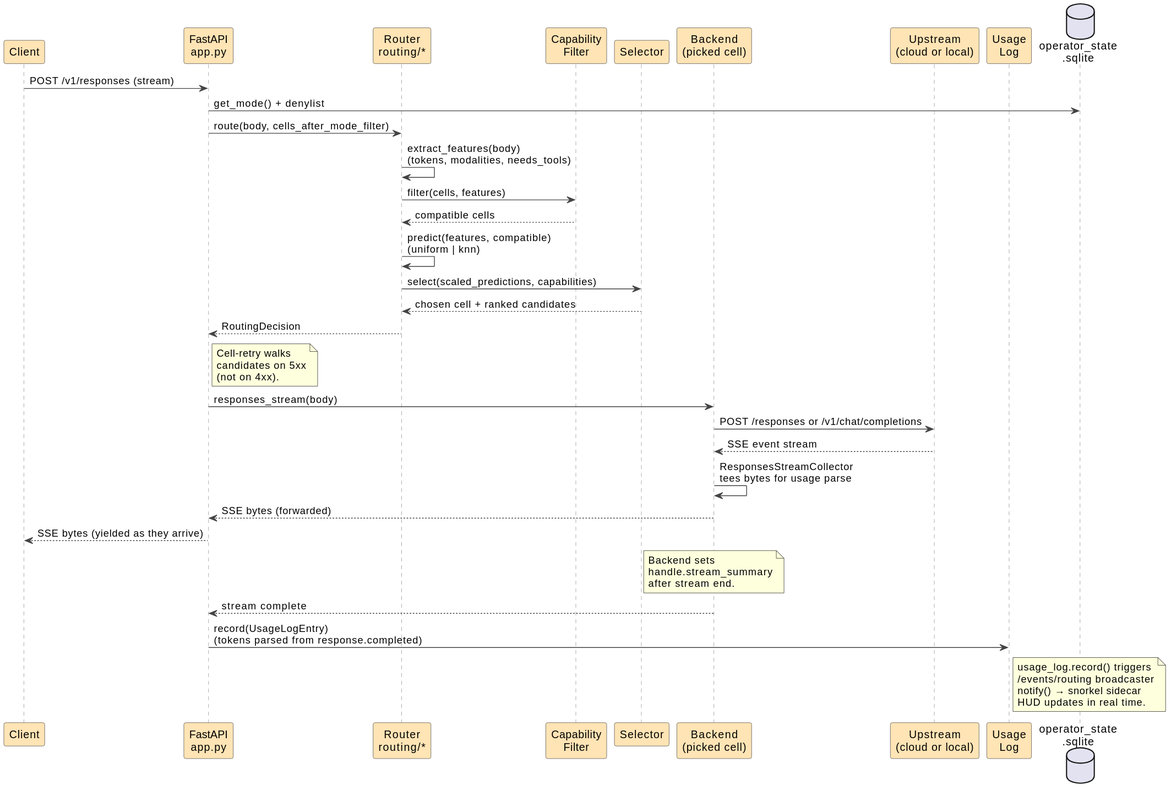
Above: docs/architecture/request_lifecycle.svg in rohankhanna/callosum (PlantUML), before the change. The source it was exported from:
```plantuml
@startuml

skinparam backgroundColor #FFFFFF
skinparam defaultFontName "Helvetica"
skinparam shadowing false
skinparam sequence {
  ArrowColor #444444
  LifeLineBorderColor #888888
  ParticipantBorderColor #444444
  ParticipantBackgroundColor #FFE4B5
  ParticipantFontColor #000000
}

participant "Client" as C
participant "FastAPI\napp.py" as App
participant "Router\nrouting/*" as R
participant "Capability\nFilter" as CF
participant "Selector" as S
participant "Backend\n(picked cell)" as B
participant "Upstream\n(cloud or local)" as U
participant "Usage\nLog" as UL
database "operator_state\n.sqlite" as OS

C -> App : POST /v1/responses (stream)
App -> OS : get_mode() + denylist
App -> R : route(body, cells_after_mode_filter)
R -> R : extract_features(body)\n(tokens, modalities, needs_tools)
R -> CF : filter(cells, features)
CF --> R : compatible cells
R -> R : predict(features, compatible)\n(uniform | knn)
R -> S : select(scaled_predictions, capabilities)
S --> R : chosen cell + ranked candidates
R --> App : RoutingDecision

note right of App
  Cell-retry walks
  candidates on 5xx
  (not on 4xx).
end note

App -> B : responses_stream(body)
B -> U : POST /responses or /v1/chat/completions
U --> B : SSE event stream
B -> B : ResponsesStreamCollector\ntees bytes for usage parse
B --> App : SSE bytes (forwarded)
App --> C : SSE bytes (yielded as they arrive)

note over B
  Backend sets
  handle.stream_summary
  after stream end.
end note

B --> App : stream complete
App -> UL : record(UsageLogEntry)\n(tokens parsed from response.completed)

note right of UL
  usage_log.record() triggers
  /events/routing broadcaster
  notify() → snorkel sidecar
  HUD updates in real time.
end note
@enduml
```
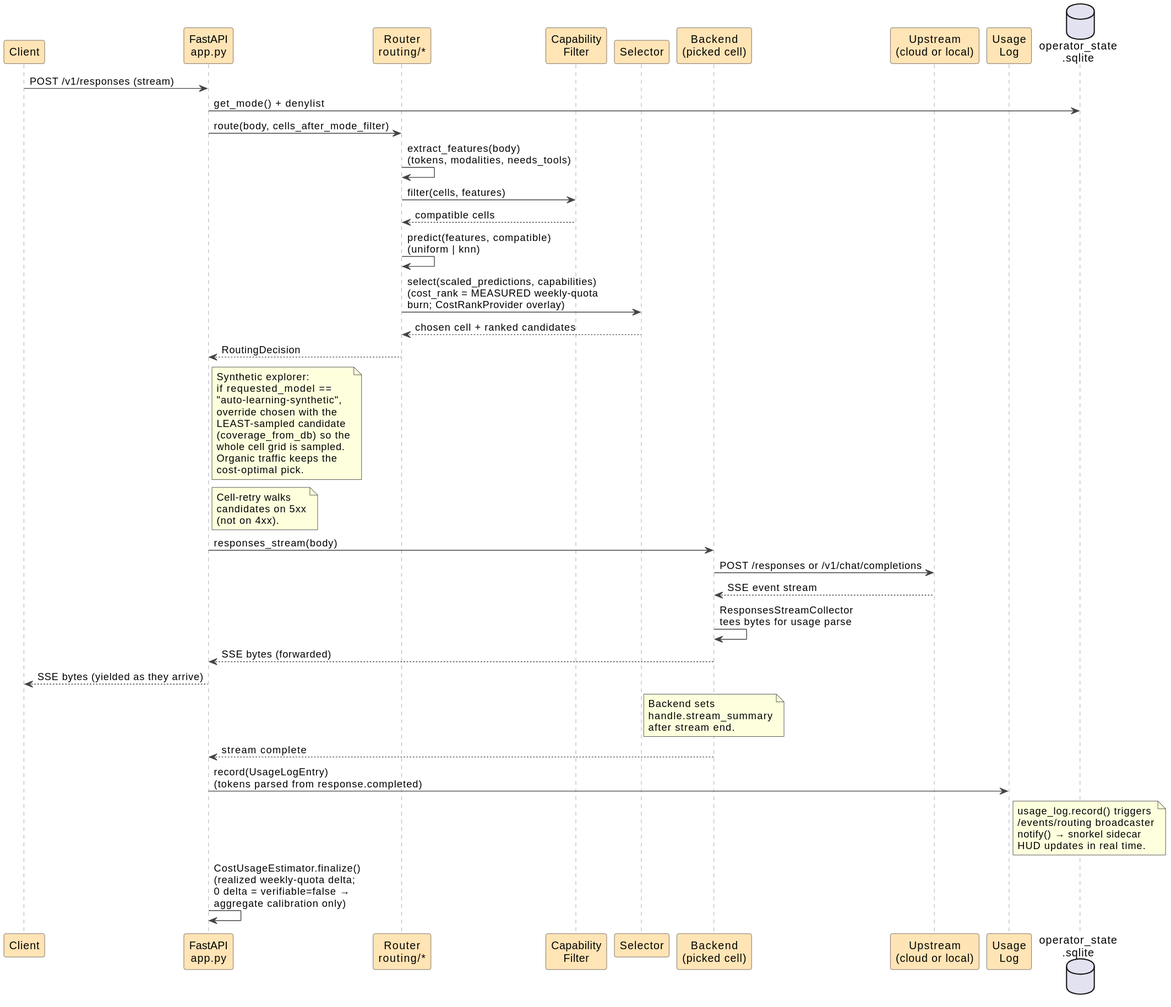
Above is the later version.

The edit, as a diff of the source:
```diff
@@ -28,9 +28,21 @@
 R -> CF : filter(cells, features)
 CF --> R : compatible cells
 R -> R : predict(features, compatible)\n(uniform | knn)
-R -> S : select(scaled_predictions, capabilities)
+R -> S : select(scaled_predictions, capabilities)\n(cost_rank = MEASURED weekly-quota\nburn; CostRankProvider overlay)
 S --> R : chosen cell + ranked candidates
 R --> App : RoutingDecision
+
+note right of App
+  Synthetic explorer:
+  if requested_model ==
+  "auto-learning-synthetic",
+  override chosen with the
+  LEAST-sampled candidate
+  (coverage_from_db) so the
+  whole cell grid is sampled.
+  Organic traffic keeps the
+  cost-optimal pick.
+end note
 
 note right of App
   Cell-retry walks
@@ -60,4 +72,6 @@
   notify() → snorkel sidecar
   HUD updates in real time.
 end note
+
+App -> App : CostUsageEstimator.finalize()\n(realized weekly-quota delta;\n0 delta = verifiable=false →\naggregate calibration only)
 @enduml
```
